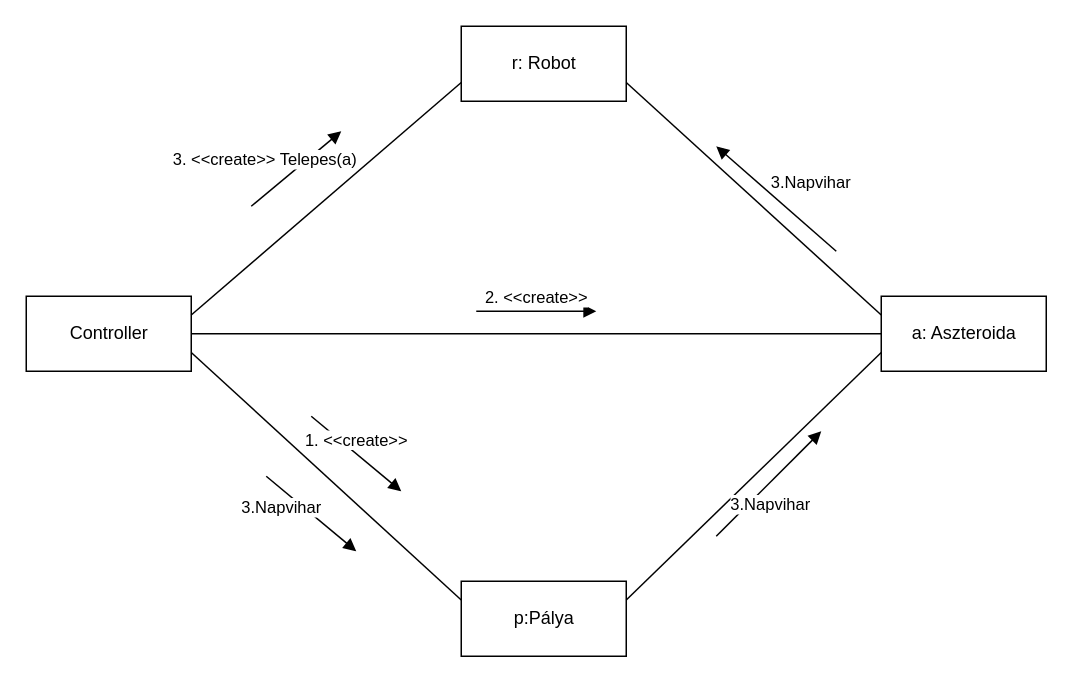
This is doc/kommunikacio/kom_napviharRobot.drawio from torpeBoiGo/aszteroidabanyaszat, a draw.io file, before an edit. Source tidied: cells renumbered, new cells numbered last; positions are measured from the earlier drawing's top-left corner, leaving out a move shared by most shapes. Both pictures are drawn from the tidied source at 150%, with x=0, y=0 at pixel (26, 26).
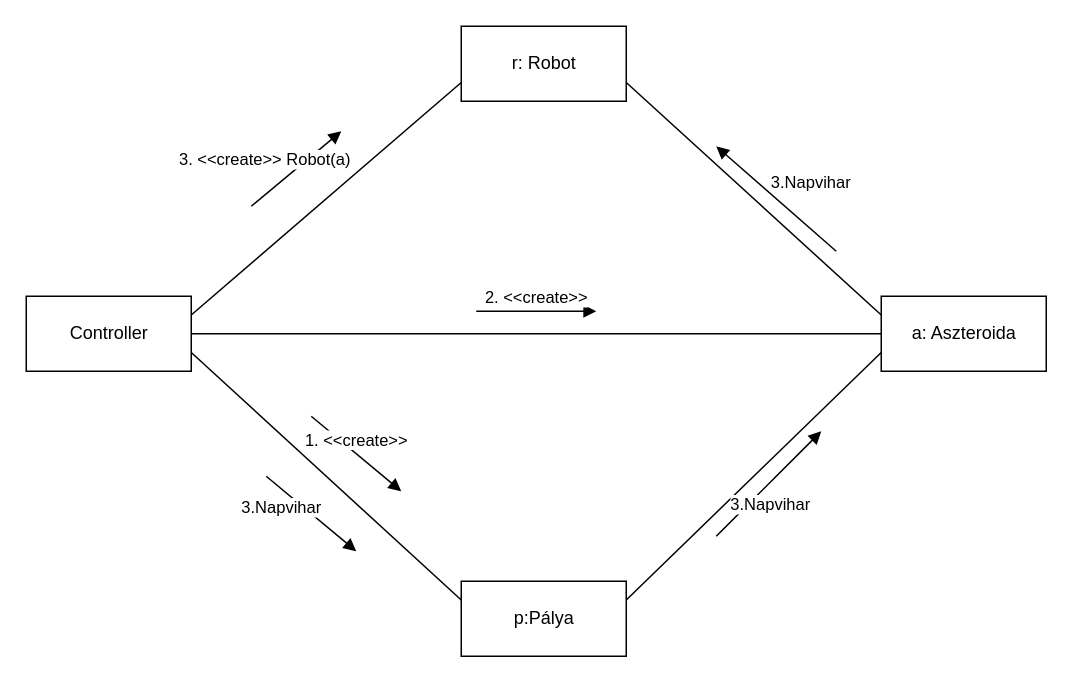
Above is the later version.

What changed in the source:
```diff
@@
-    <mxCell id="11" value="3. &amp;lt;&amp;lt;create&amp;gt;&amp;gt; Telepes(a)" style="html=1;verticalAlign=bottom;endArrow=block;" parent="1" edge="1">
+    <mxCell id="11" value="3. &amp;lt;&amp;lt;create&amp;gt;&amp;gt; Robot(a)" style="html=1;verticalAlign=bottom;endArrow=block;" parent="1" edge="1">
       <mxGeometry x="-0.46" y="11" relative="1" as="geometry">
         <mxPoint x="150" y="120" as="sourcePoint" />
         <mxPoint x="210" y="70" as="targetPoint" />
       </mxGeometry>
     </mxCell>
```
